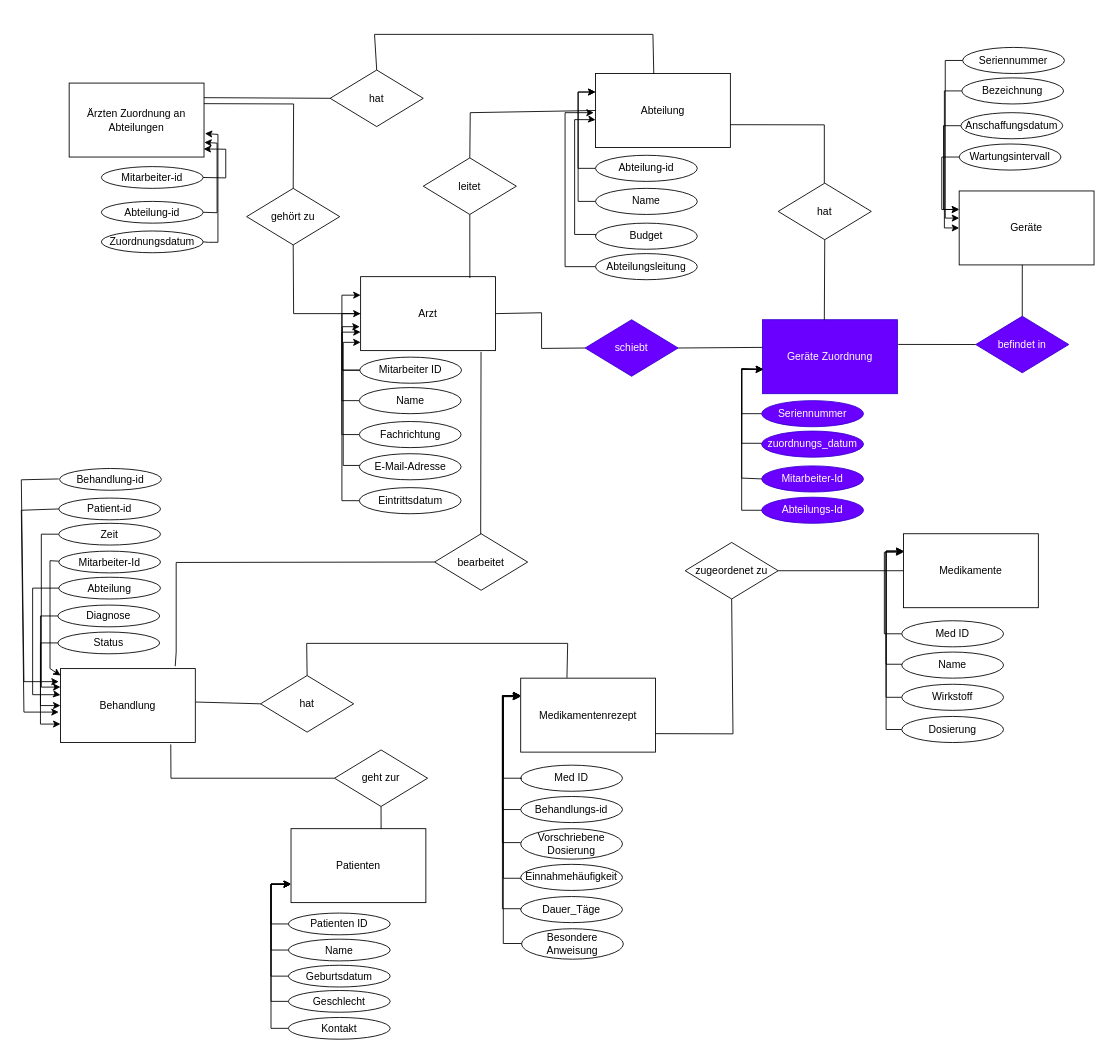
Above: aufgabe04/Aufgabe A.drawio in contraintuitiv/datenbanksysteme (draw.io), before the change. Source tidied: cells renumbered, new cells numbered last; positions are measured from the earlier drawing's top-left corner, leaving out a move shared by most shapes. Both pictures are drawn from the tidied source at 87%, with x=0, y=0 at pixel (21, 34).
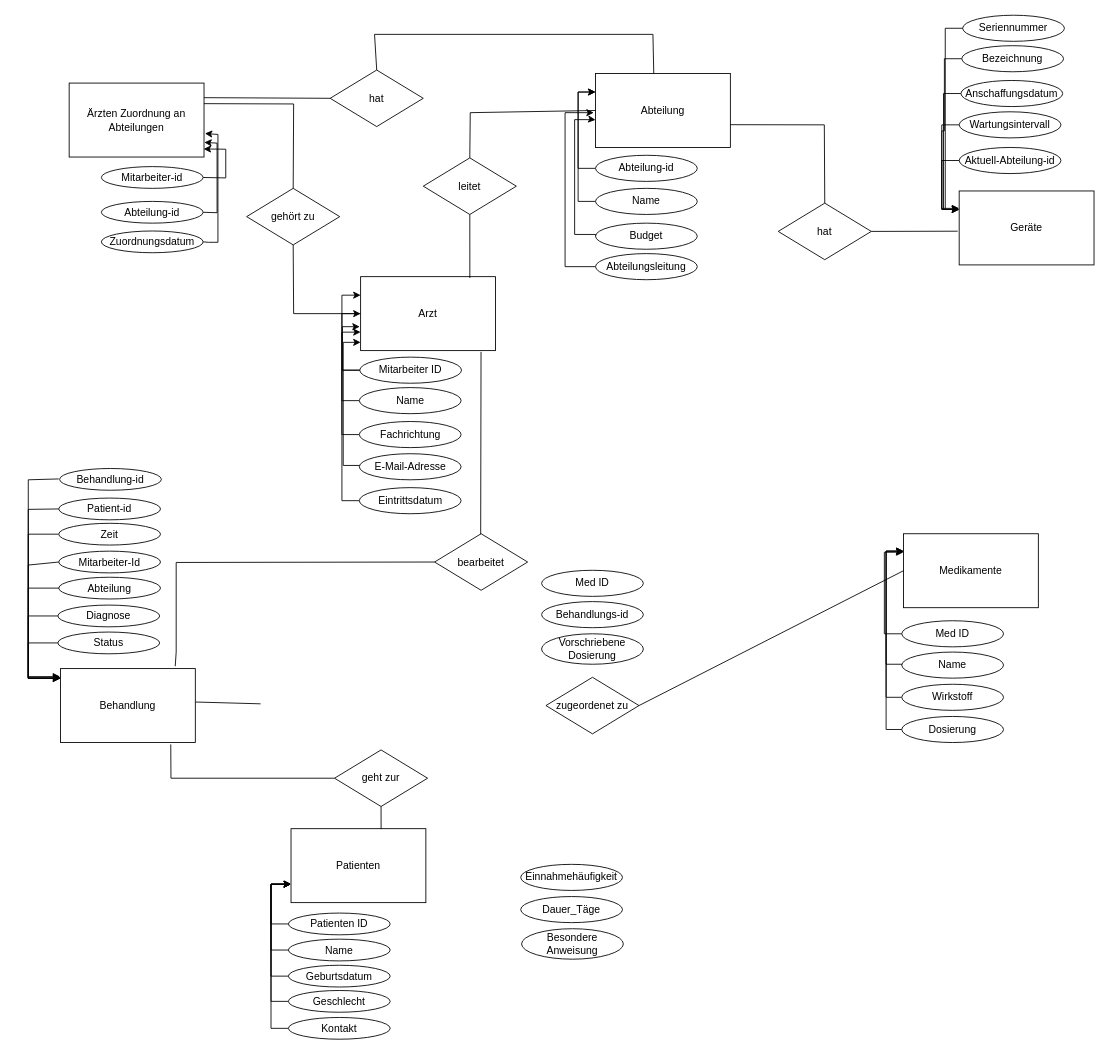
The same diagram, later.

Unchanged cells that the change refers to:
```xml
<mxCell id="2" value="Arzt" style="rounded=0;whiteSpace=wrap;html=1;" parent="1" vertex="1">
  <mxGeometry x="390" y="278.5" width="155" height="85" as="geometry" />
</mxCell>
<mxCell id="23" value="Behandlung" style="rounded=0;whiteSpace=wrap;html=1;" parent="1" vertex="1">
  <mxGeometry x="45" y="729" width="155" height="85" as="geometry" />
</mxCell>
<mxCell id="25" value="Zeit" style="ellipse;whiteSpace=wrap;html=1;" parent="1" vertex="1">
  <mxGeometry x="43" y="562" width="117" height="25" as="geometry" />
</mxCell>
<mxCell id="27" value="Diagnose" style="ellipse;whiteSpace=wrap;html=1;" parent="1" vertex="1">
  <mxGeometry x="42" y="656" width="117" height="25" as="geometry" />
</mxCell>
<mxCell id="29" value="Status" style="ellipse;whiteSpace=wrap;html=1;" parent="1" vertex="1">
  <mxGeometry x="42" y="687" width="117" height="25" as="geometry" />
</mxCell>
<mxCell id="30" value="Abteilung" style="rounded=0;whiteSpace=wrap;html=1;" parent="1" vertex="1">
  <mxGeometry x="660" y="45" width="155" height="85" as="geometry" />
</mxCell>
<mxCell id="39" value="Geräte" style="rounded=0;whiteSpace=wrap;html=1;" parent="1" vertex="1">
  <mxGeometry x="1078" y="180" width="155" height="85" as="geometry" />
</mxCell>
<mxCell id="58" value="Patient-id" style="ellipse;whiteSpace=wrap;html=1;" parent="1" vertex="1">
  <mxGeometry x="43" y="533" width="117" height="25" as="geometry" />
</mxCell>
<mxCell id="60" value="Mitarbeiter-Id" style="ellipse;whiteSpace=wrap;html=1;" parent="1" vertex="1">
  <mxGeometry x="43" y="594" width="117" height="25" as="geometry" />
</mxCell>
<mxCell id="83" value="Einnahmehäufigkeit" style="ellipse;whiteSpace=wrap;html=1;" parent="1" vertex="1">
  <mxGeometry x="574" y="954" width="117" height="30" as="geometry" />
</mxCell>
<mxCell id="84" value="Dauer_Täge" style="ellipse;whiteSpace=wrap;html=1;" parent="1" vertex="1">
  <mxGeometry x="574" y="991" width="117" height="30" as="geometry" />
</mxCell>
```

Diff of the diagram source:
```diff
@@
-    <mxCell id="24" style="edgeStyle=orthogonalEdgeStyle;rounded=0;jettySize=auto;html=1;exitX=0;exitY=0.5;exitDx=0;exitDy=0;entryX=0;entryY=0.25;entryDx=0;entryDy=0;" parent="1" edge="1" source="25" target="23">
-      <mxGeometry relative="1" as="geometry" />
+    <mxCell id="24" style="edgeStyle=orthogonalEdgeStyle;rounded=0;jettySize=auto;html=1;exitX=0;exitY=0.5;exitDx=0;exitDy=0;entryX=-0.003;entryY=0.108;entryDx=0;entryDy=0;entryPerimeter=0;" parent="1" edge="1" source="25" target="23">
+      <mxGeometry relative="1" as="geometry">
+        <Array as="points">
+          <mxPoint x="8" y="575" />
+          <mxPoint x="8" y="738" />
+        </Array>
+      </mxGeometry>
     </mxCell>
@@
-    <mxCell id="26" style="edgeStyle=orthogonalEdgeStyle;rounded=0;jettySize=auto;html=1;exitX=0;exitY=0.5;exitDx=0;exitDy=0;entryX=0;entryY=0.75;entryDx=0;entryDy=0;" parent="1" edge="1" source="27" target="23">
-      <mxGeometry relative="1" as="geometry" />
+    <mxCell id="26" style="edgeStyle=orthogonalEdgeStyle;rounded=0;jettySize=auto;html=1;exitX=0;exitY=0.5;exitDx=0;exitDy=0;" parent="1" edge="1" source="27" target="23">
+      <mxGeometry relative="1" as="geometry">
+        <Array as="points">
+          <mxPoint x="8" y="669" />
+          <mxPoint x="8" y="740" />
+        </Array>
+      </mxGeometry>
     </mxCell>
@@
-    <mxCell id="28" style="edgeStyle=orthogonalEdgeStyle;rounded=0;jettySize=auto;html=1;exitX=0;exitY=0.5;exitDx=0;exitDy=0;entryX=0;entryY=0.5;entryDx=0;entryDy=0;" parent="1" edge="1" source="29" target="23">
-      <mxGeometry relative="1" as="geometry" />
+    <mxCell id="28" style="edgeStyle=orthogonalEdgeStyle;rounded=0;jettySize=auto;html=1;exitX=0;exitY=0.5;exitDx=0;exitDy=0;" parent="1" edge="1" source="29" target="23">
+      <mxGeometry relative="1" as="geometry">
+        <Array as="points">
+          <mxPoint x="8" y="700" />
+          <mxPoint x="8" y="740" />
+        </Array>
+      </mxGeometry>
     </mxCell>
@@
     <mxCell id="41" value="Seriennummer" style="ellipse;whiteSpace=wrap;html=1;" parent="1" vertex="1">
-      <mxGeometry x="1082" y="15" width="117" height="30" as="geometry" />
+      <mxGeometry x="1082" y="-22" width="117" height="30" as="geometry" />
     </mxCell>
-    <mxCell id="42" style="edgeStyle=orthogonalEdgeStyle;rounded=0;jettySize=auto;html=1;exitX=0;exitY=0.5;exitDx=0;exitDy=0;entryX=0;entryY=0.5;entryDx=0;entryDy=0;" parent="1" edge="1" source="43" target="39">
-      <mxGeometry relative="1" as="geometry" />
+    <mxCell id="42" style="edgeStyle=orthogonalEdgeStyle;rounded=0;jettySize=auto;html=1;exitX=0;exitY=0.5;exitDx=0;exitDy=0;entryX=0;entryY=0.353;entryDx=0;entryDy=0;entryPerimeter=0;" parent="1" edge="1" source="43">
+      <mxGeometry relative="1" as="geometry">
+        <mxPoint x="1078" y="201" as="targetPoint" />
+        <Array as="points">
+          <mxPoint x="1061" y="28" />
+          <mxPoint x="1061" y="111" />
+          <mxPoint x="1058" y="111" />
+          <mxPoint x="1058" y="201" />
+        </Array>
+      </mxGeometry>
     </mxCell>
     <mxCell id="43" value="Bezeichnung" style="ellipse;whiteSpace=wrap;html=1;" parent="1" vertex="1">
-      <mxGeometry x="1081" y="50" width="117" height="30" as="geometry" />
+      <mxGeometry x="1081" y="13" width="117" height="30" as="geometry" />
     </mxCell>
@@
     <mxCell id="45" value="Anschaffungsdatum" style="ellipse;whiteSpace=wrap;html=1;" parent="1" vertex="1">
-      <mxGeometry x="1080" y="90" width="117" height="30" as="geometry" />
+      <mxGeometry x="1080" y="53" width="117" height="30" as="geometry" />
     </mxCell>
@@
     <mxCell id="47" value="Wartungsintervall" style="ellipse;whiteSpace=wrap;html=1;" parent="1" vertex="1">
-      <mxGeometry x="1078" y="126" width="117" height="30" as="geometry" />
+      <mxGeometry x="1078" y="89" width="117" height="30" as="geometry" />
     </mxCell>
-    <mxCell id="48" style="edgeStyle=orthogonalEdgeStyle;rounded=0;jettySize=auto;html=1;exitX=0;exitY=0.5;exitDx=0;exitDy=0;entryX=0;entryY=0.367;entryDx=0;entryDy=0;entryPerimeter=0;" parent="1" edge="1" source="41" target="39">
+    <mxCell id="48" style="edgeStyle=orthogonalEdgeStyle;rounded=0;jettySize=auto;html=1;exitX=0;exitY=0.5;exitDx=0;exitDy=0;entryX=0;entryY=0.25;entryDx=0;entryDy=0;" parent="1" edge="1" source="41" target="39">
       <mxGeometry relative="1" as="geometry" />
     </mxCell>
@@
     <mxCell id="59" style="endArrow=classic;html=1;rounded=0;exitX=0;exitY=0.5;exitDx=0;exitDy=0;" parent="1" edge="1" source="58">
       <mxGeometry relative="1" as="geometry">
-        <mxPoint x="43" y="779" as="targetPoint" />
+        <mxPoint x="45" y="740" as="targetPoint" />
         <Array as="points">
-          <mxPoint y="547" />
-          <mxPoint x="3" y="779" />
+          <mxPoint x="8" y="546" />
+          <mxPoint x="8" y="640" />
+          <mxPoint x="8" y="740" />
         </Array>
       </mxGeometry>
     </mxCell>
@@
-    <mxCell id="62" style="edgeStyle=orthogonalEdgeStyle;rounded=0;orthogonalLoop=1;jettySize=auto;html=1;exitX=0;exitY=0.5;exitDx=0;exitDy=0;entryX=-0.001;entryY=0.424;entryDx=0;entryDy=0;entryPerimeter=0;" parent="1" edge="1">
+    <mxCell id="62" style="edgeStyle=orthogonalEdgeStyle;rounded=0;jettySize=auto;html=1;exitX=0;exitY=0.5;exitDx=0;exitDy=0;entryX=-0.002;entryY=0.116;entryDx=0;entryDy=0;entryPerimeter=0;" parent="1" edge="1" target="23">
       <mxGeometry relative="1" as="geometry">
         <mxPoint x="43.2" y="636.5" as="sourcePoint" />
-        <mxPoint x="45" y="759.3" as="targetPoint" />
         <Array as="points">
-          <mxPoint x="13" y="637" />
-          <mxPoint x="13" y="759" />
-          <mxPoint x="43" y="759" />
+          <mxPoint x="8" y="637" />
+          <mxPoint x="8" y="740" />
+          <mxPoint x="43" y="740" />
+          <mxPoint x="43" y="739" />
         </Array>
       </mxGeometry>
     </mxCell>
-    <mxCell id="63" style="endArrow=classic;html=1;rounded=0;exitX=0;exitY=0.5;exitDx=0;exitDy=0;entryX=0.001;entryY=0.093;entryDx=0;entryDy=0;entryPerimeter=0;" parent="1" edge="1" target="23">
+    <mxCell id="63" style="endArrow=classic;html=1;rounded=0;exitX=0;exitY=0.5;exitDx=0;exitDy=0;entryX=0.001;entryY=0.13;entryDx=0;entryDy=0;entryPerimeter=0;" parent="1" edge="1" source="60" target="23">
       <mxGeometry relative="1" as="geometry">
-        <mxPoint x="43" y="605.5" as="sourcePoint" />
         <Array as="points">
-          <mxPoint x="33" y="605" />
-          <mxPoint x="33" y="729" />
+          <mxPoint x="8" y="610" />
+          <mxPoint x="8" y="740" />
+          <mxPoint x="28" y="740" />
         </Array>
       </mxGeometry>
     </mxCell>
@@
-    <mxCell id="76" value="Medikamentenrezept" style="rounded=0;whiteSpace=wrap;html=1;" parent="1" vertex="1">
-      <mxGeometry x="574" y="740" width="155" height="85" as="geometry" />
-    </mxCell>
-    <mxCell id="77" value="hat" style="rhombus;whiteSpace=wrap;html=1;" parent="1" vertex="1">
-      <mxGeometry x="275" y="737" width="107" height="65" as="geometry" />
-    </mxCell>
-    <mxCell id="78" style="endArrow=none;html=1;rounded=0;entryX=0.343;entryY=-0.004;entryDx=0;entryDy=0;entryPerimeter=0;exitX=0.5;exitY=0;exitDx=0;exitDy=0;" parent="1" edge="1" source="77" target="76">
-      <mxGeometry relative="1" as="geometry">
-        <Array as="points">
-          <mxPoint x="328" y="700" />
-          <mxPoint x="628" y="700" />
-        </Array>
-      </mxGeometry>
-    </mxCell>
-    <mxCell id="79" style="endArrow=none;html=1;rounded=0;exitX=1.002;exitY=0.452;exitDx=0;exitDy=0;exitPerimeter=0;entryX=0;entryY=0.5;entryDx=0;entryDy=0;" parent="1" edge="1" source="23" target="77">
-      <mxGeometry relative="1" as="geometry" />
+    <mxCell id="79" style="endArrow=none;html=1;rounded=0;exitX=1.002;exitY=0.452;exitDx=0;exitDy=0;exitPerimeter=0;entryX=0;entryY=0.5;entryDx=0;entryDy=0;" parent="1" edge="1" source="23">
+      <mxGeometry relative="1" as="geometry">
+        <mxPoint x="275" y="769.5" as="targetPoint" />
+      </mxGeometry>
     </mxCell>
     <mxCell id="80" value="Med ID" style="ellipse;whiteSpace=wrap;html=1;" parent="1" vertex="1">
-      <mxGeometry x="574" y="840" width="117" height="30" as="geometry" />
+      <mxGeometry x="598" y="616" width="117" height="30" as="geometry" />
     </mxCell>
     <mxCell id="81" value="Behandlungs-id" style="ellipse;whiteSpace=wrap;html=1;" parent="1" vertex="1">
-      <mxGeometry x="574" y="876" width="117" height="30" as="geometry" />
+      <mxGeometry x="598" y="652" width="117" height="30" as="geometry" />
     </mxCell>
     <mxCell id="82" value="Vorschriebene Dosierung" style="ellipse;whiteSpace=wrap;html=1;" parent="1" vertex="1">
-      <mxGeometry x="574" y="913" width="117" height="35" as="geometry" />
+      <mxGeometry x="598" y="689" width="117" height="35" as="geometry" />
     </mxCell>
@@
-    <mxCell id="86" style="edgeStyle=orthogonalEdgeStyle;rounded=0;jettySize=auto;html=1;entryX=0;entryY=0.25;entryDx=0;entryDy=0;exitX=-0.003;exitY=0.571;exitDx=0;exitDy=0;exitPerimeter=0;" parent="1" edge="1" source="83" target="76">
-      <mxGeometry relative="1" as="geometry">
-        <Array as="points">
-          <mxPoint x="554" y="970" />
-          <mxPoint x="554" y="761" />
-        </Array>
-      </mxGeometry>
-    </mxCell>
-    <mxCell id="87" style="edgeStyle=orthogonalEdgeStyle;rounded=0;jettySize=auto;html=1;entryX=0;entryY=0.25;entryDx=0;entryDy=0;exitX=0;exitY=0.5;exitDx=0;exitDy=0;" parent="1" edge="1" source="84">
-      <mxGeometry relative="1" as="geometry">
-        <mxPoint x="573" y="761" as="targetPoint" />
-        <Array as="points">
-          <mxPoint x="553" y="1005" />
-          <mxPoint x="553" y="761" />
-        </Array>
-      </mxGeometry>
-    </mxCell>
-    <mxCell id="88" style="edgeStyle=orthogonalEdgeStyle;rounded=0;orthogonalLoop=1;jettySize=auto;html=1;exitX=0;exitY=0.5;exitDx=0;exitDy=0;" parent="1" edge="1">
-      <mxGeometry relative="1" as="geometry">
-        <mxPoint x="575" y="1045" as="sourcePoint" />
-        <mxPoint x="574" y="760" as="targetPoint" />
-        <Array as="points">
-          <mxPoint x="554" y="1045" />
-          <mxPoint x="554" y="760" />
-          <mxPoint x="574" y="760" />
-        </Array>
-      </mxGeometry>
-    </mxCell>
-    <mxCell id="89" style="edgeStyle=orthogonalEdgeStyle;rounded=0;orthogonalLoop=1;jettySize=auto;html=1;exitX=0;exitY=0.5;exitDx=0;exitDy=0;" parent="1" edge="1">
-      <mxGeometry relative="1" as="geometry">
-        <mxPoint x="574" y="929" as="sourcePoint" />
-        <mxPoint x="574" y="760" as="targetPoint" />
-        <Array as="points">
-          <mxPoint x="553" y="929" />
-          <mxPoint x="553" y="760" />
-          <mxPoint x="573" y="760" />
-        </Array>
-      </mxGeometry>
-    </mxCell>
-    <mxCell id="90" style="edgeStyle=orthogonalEdgeStyle;rounded=0;orthogonalLoop=1;jettySize=auto;html=1;" parent="1" edge="1">
-      <mxGeometry relative="1" as="geometry">
-        <mxPoint x="575" y="856" as="sourcePoint" />
-        <mxPoint x="574" y="760" as="targetPoint" />
-        <Array as="points">
-          <mxPoint x="554" y="855" />
-          <mxPoint x="554" y="760" />
-        </Array>
-      </mxGeometry>
-    </mxCell>
-    <mxCell id="91" style="edgeStyle=orthogonalEdgeStyle;rounded=0;orthogonalLoop=1;jettySize=auto;html=1;" parent="1" edge="1">
-      <mxGeometry relative="1" as="geometry">
-        <mxPoint x="574" y="891" as="sourcePoint" />
-        <mxPoint x="574" y="760" as="targetPoint" />
-        <Array as="points">
-          <mxPoint x="553" y="890" />
-          <mxPoint x="553" y="760" />
-          <mxPoint x="573" y="760" />
-        </Array>
-      </mxGeometry>
-    </mxCell>
     <mxCell id="92" value="zugeordenet zu" style="rhombus;whiteSpace=wrap;html=1;" parent="1" vertex="1">
-      <mxGeometry x="763" y="584" width="107" height="65" as="geometry" />
+      <mxGeometry x="603" y="739" width="107" height="65" as="geometry" />
     </mxCell>
-    <mxCell id="93" style="endArrow=none;html=1;rounded=0;exitX=1;exitY=0.75;exitDx=0;exitDy=0;entryX=0.5;entryY=1;entryDx=0;entryDy=0;" parent="1" edge="1" source="76" target="92">
-      <mxGeometry relative="1" as="geometry">
-        <Array as="points">
-          <mxPoint x="818" y="804" />
-        </Array>
-      </mxGeometry>
-    </mxCell>
@@
-    <mxCell id="98" value="Geräte Zuordnung" style="rounded=0;whiteSpace=wrap;html=1;fillColor=#6a00ff;fontColor=#ffffff;strokeColor=#3700CC;" parent="1" vertex="1">
-      <mxGeometry x="852" y="328" width="155" height="85" as="geometry" />
-    </mxCell>
     <mxCell id="99" value="hat" style="rhombus;whiteSpace=wrap;html=1;" parent="1" vertex="1">
-      <mxGeometry x="870" y="171" width="107" height="65" as="geometry" />
+      <mxGeometry x="870" y="194" width="107" height="65" as="geometry" />
     </mxCell>
-    <mxCell id="100" style="endArrow=none;html=1;rounded=0;exitX=0.5;exitY=0;exitDx=0;exitDy=0;entryX=0.999;entryY=0.692;entryDx=0;entryDy=0;entryPerimeter=0;" parent="1" edge="1" target="30">
+    <mxCell id="100" style="endArrow=none;html=1;rounded=0;exitX=0.5;exitY=0;exitDx=0;exitDy=0;entryX=0.999;entryY=0.692;entryDx=0;entryDy=0;entryPerimeter=0;" parent="1" edge="1" source="99" target="30">
       <mxGeometry relative="1" as="geometry">
-        <mxPoint x="923" y="171" as="sourcePoint" />
         <Array as="points">
           <mxPoint x="923" y="104" />
         </Array>
       </mxGeometry>
     </mxCell>
-    <mxCell id="101" style="endArrow=none;html=1;rounded=0;exitX=0.458;exitY=0.006;exitDx=0;exitDy=0;exitPerimeter=0;entryX=0.5;entryY=1;entryDx=0;entryDy=0;" parent="1" edge="1" source="98" target="99">
-      <mxGeometry relative="1" as="geometry" />
-    </mxCell>
-    <mxCell id="102" value="Seriennummer" style="ellipse;whiteSpace=wrap;html=1;fillColor=#6a00ff;fontColor=#ffffff;strokeColor=#3700CC;" parent="1" vertex="1">
-      <mxGeometry x="851" y="421" width="117" height="30" as="geometry" />
-    </mxCell>
-    <mxCell id="103" value="zuordnungs_datum" style="ellipse;whiteSpace=wrap;html=1;fillColor=#6a00ff;fontColor=#ffffff;strokeColor=#3700CC;" parent="1" vertex="1">
-      <mxGeometry x="851" y="456" width="117" height="30" as="geometry" />
-    </mxCell>
-    <mxCell id="104" value="Mitarbeiter-Id" style="ellipse;whiteSpace=wrap;html=1;fillColor=#6a00ff;fontColor=#ffffff;strokeColor=#3700CC;" parent="1" vertex="1">
-      <mxGeometry x="851" y="496" width="117" height="30" as="geometry" />
-    </mxCell>
-    <mxCell id="105" value="Abteilungs-Id" style="ellipse;whiteSpace=wrap;html=1;fillColor=#6a00ff;fontColor=#ffffff;strokeColor=#3700CC;" parent="1" vertex="1">
-      <mxGeometry x="851" y="532" width="117" height="30" as="geometry" />
-    </mxCell>
@@
-    <mxCell id="107" style="endArrow=classic;html=1;rounded=0;exitX=0;exitY=0.5;exitDx=0;exitDy=0;" parent="1" edge="1">
+    <mxCell id="107" style="endArrow=classic;html=1;rounded=0;exitX=0;exitY=0.5;exitDx=0;exitDy=0;entryX=-0.004;entryY=0.13;entryDx=0;entryDy=0;entryPerimeter=0;" parent="1" edge="1" target="23">
       <mxGeometry relative="1" as="geometry">
         <mxPoint x="43" y="511" as="sourcePoint" />
-        <mxPoint x="43" y="744" as="targetPoint" />
         <Array as="points">
-          <mxPoint y="512" />
-          <mxPoint x="3" y="744" />
+          <mxPoint x="8" y="512" />
+          <mxPoint x="8" y="740" />
         </Array>
       </mxGeometry>
     </mxCell>
@@
-    <mxCell id="115" value="schiebt" style="rhombus;whiteSpace=wrap;html=1;fillColor=#6a00ff;fontColor=#ffffff;strokeColor=#3700CC;" parent="1" vertex="1">
-      <mxGeometry x="648" y="328" width="107" height="65" as="geometry" />
-    </mxCell>
-    <mxCell id="116" value="befindet in" style="rhombus;whiteSpace=wrap;html=1;fillColor=#6a00ff;fontColor=#ffffff;strokeColor=#3700CC;" parent="1" vertex="1">
-      <mxGeometry x="1097" y="324" width="107" height="65" as="geometry" />
-    </mxCell>
-    <mxCell id="117" style="endArrow=none;html=1;rounded=0;exitX=1;exitY=0.5;exitDx=0;exitDy=0;entryX=0;entryY=0.5;entryDx=0;entryDy=0;" parent="1" edge="1" source="2" target="115">
-      <mxGeometry relative="1" as="geometry">
-        <Array as="points">
-          <mxPoint x="598" y="320" />
-          <mxPoint x="598" y="361" />
-        </Array>
-      </mxGeometry>
-    </mxCell>
-    <mxCell id="118" style="endArrow=none;html=1;rounded=0;exitX=1;exitY=0.5;exitDx=0;exitDy=0;entryX=0;entryY=0.374;entryDx=0;entryDy=0;entryPerimeter=0;" parent="1" edge="1" source="115" target="98">
-      <mxGeometry relative="1" as="geometry" />
-    </mxCell>
-    <mxCell id="119" style="endArrow=none;html=1;rounded=0;entryX=0;entryY=0.5;entryDx=0;entryDy=0;exitX=1.006;exitY=0.334;exitDx=0;exitDy=0;exitPerimeter=0;" parent="1" edge="1" source="98" target="116">
-      <mxGeometry relative="1" as="geometry" />
-    </mxCell>
-    <mxCell id="120" style="endArrow=none;html=1;rounded=0;exitX=0.5;exitY=0;exitDx=0;exitDy=0;entryX=0.468;entryY=0.999;entryDx=0;entryDy=0;entryPerimeter=0;" parent="1" edge="1" source="116" target="39">
-      <mxGeometry relative="1" as="geometry" />
-    </mxCell>
-    <mxCell id="121" style="endArrow=classic;html=1;rounded=0;exitX=0;exitY=0.5;exitDx=0;exitDy=0;entryX=0.006;entryY=0.672;entryDx=0;entryDy=0;entryPerimeter=0;" parent="1" edge="1" source="102" target="98">
-      <mxGeometry relative="1" as="geometry">
-        <Array as="points">
-          <mxPoint x="828" y="436" />
-          <mxPoint x="828" y="385" />
-        </Array>
-      </mxGeometry>
-    </mxCell>
-    <mxCell id="122" style="endArrow=classic;html=1;rounded=0;entryX=0.004;entryY=0.672;entryDx=0;entryDy=0;entryPerimeter=0;exitX=0.002;exitY=0.468;exitDx=0;exitDy=0;exitPerimeter=0;" parent="1" edge="1" source="103" target="98">
-      <mxGeometry relative="1" as="geometry">
-        <Array as="points">
-          <mxPoint x="828" y="470" />
-          <mxPoint x="828" y="385" />
-        </Array>
-      </mxGeometry>
-    </mxCell>
-    <mxCell id="123" style="endArrow=classic;html=1;rounded=0;entryX=0.004;entryY=0.67;entryDx=0;entryDy=0;entryPerimeter=0;exitX=0;exitY=0.5;exitDx=0;exitDy=0;" parent="1" edge="1" source="104" target="98">
-      <mxGeometry relative="1" as="geometry">
-        <Array as="points">
-          <mxPoint x="828" y="510" />
-          <mxPoint x="828" y="385" />
-        </Array>
-      </mxGeometry>
-    </mxCell>
-    <mxCell id="124" style="endArrow=classic;html=1;rounded=0;entryX=0.005;entryY=0.671;entryDx=0;entryDy=0;entryPerimeter=0;exitX=0;exitY=0.5;exitDx=0;exitDy=0;" parent="1" edge="1" source="105" target="98">
-      <mxGeometry relative="1" as="geometry">
-        <Array as="points">
-          <mxPoint x="828" y="547" />
-          <mxPoint x="828" y="384" />
-        </Array>
-      </mxGeometry>
-    </mxCell>
+    <mxCell id="125" value="Aktuell-Abteilung-id" style="ellipse;whiteSpace=wrap;html=1;" parent="1" vertex="1">
+      <mxGeometry x="1078" y="130" width="117" height="30" as="geometry" />
+    </mxCell>
+    <mxCell id="126" style="edgeStyle=orthogonalEdgeStyle;rounded=0;jettySize=auto;html=1;exitX=0;exitY=0.5;exitDx=0;exitDy=0;" parent="1" edge="1" source="125">
+      <mxGeometry relative="1" as="geometry">
+        <mxPoint x="1078" y="200" as="targetPoint" />
+        <Array as="points">
+          <mxPoint x="1058" y="145" />
+        </Array>
+      </mxGeometry>
+    </mxCell>
+    <mxCell id="127" style="endArrow=none;html=1;rounded=0;exitX=1;exitY=0.5;exitDx=0;exitDy=0;entryX=-0.011;entryY=0.544;entryDx=0;entryDy=0;entryPerimeter=0;" parent="1" edge="1" source="99" target="39">
+      <mxGeometry relative="1" as="geometry" />
+    </mxCell>
```
